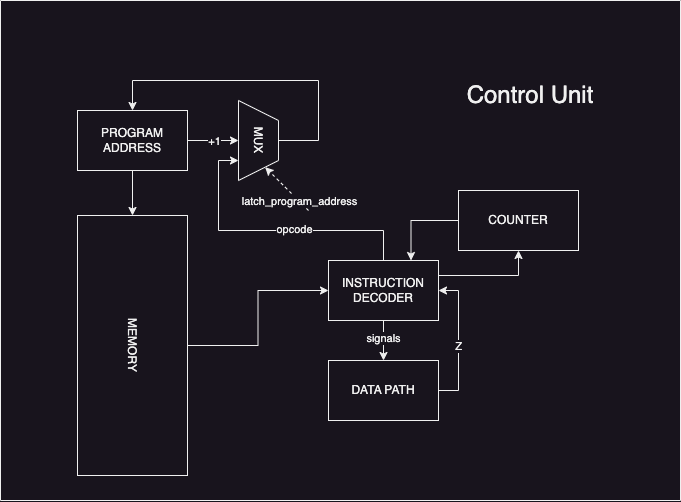
This is report/ac_cu.png from dudosyka/supreme-waffle, a draw.io export, as it was before one commit. Source tidied: cells renumbered, new cells last; positions are measured from the earlier drawing's top-left corner, leaving out a move shared by most shapes. Source of this version:
```xml
<mxGraphModel>
  <root>
    <mxCell id="0" />
    <mxCell id="1" parent="0" />
    <mxCell id="2" style="edgeStyle=orthogonalEdgeStyle;rounded=0;jettySize=auto;html=1;entryX=0;entryY=0.5;entryDx=0;entryDy=0;" parent="1" edge="1" source="3" target="15">
      <mxGeometry relative="1" as="geometry" />
    </mxCell>
    <mxCell id="3" value="MEMORY" style="rounded=0;whiteSpace=wrap;html=1;rotation=90;" parent="1" vertex="1">
      <mxGeometry x="2" y="290" width="260" height="110" as="geometry" />
    </mxCell>
    <mxCell id="4" style="edgeStyle=orthogonalEdgeStyle;rounded=0;jettySize=auto;html=1;entryX=0;entryY=0.5;entryDx=0;entryDy=0;" parent="1" edge="1" source="7" target="3">
      <mxGeometry relative="1" as="geometry" />
    </mxCell>
    <mxCell id="5" style="edgeStyle=orthogonalEdgeStyle;rounded=0;jettySize=auto;html=1;" parent="1" edge="1" source="7">
      <mxGeometry relative="1" as="geometry">
        <mxPoint x="238" y="140" as="targetPoint" />
      </mxGeometry>
    </mxCell>
    <mxCell id="6" value="+1" style="edgeLabel;html=1;align=center;verticalAlign=middle;" parent="5" vertex="1">
      <mxGeometry x="0.05" relative="1" as="geometry" />
    </mxCell>
    <mxCell id="7" value="PROGRAM ADDRESS" style="rounded=0;whiteSpace=wrap;html=1;" parent="1" vertex="1">
      <mxGeometry x="77" y="110" width="110" height="60" as="geometry" />
    </mxCell>
    <mxCell id="8" style="edgeStyle=orthogonalEdgeStyle;rounded=0;jettySize=auto;html=1;entryX=0.5;entryY=0;entryDx=0;entryDy=0;" parent="1" edge="1" source="9" target="7">
      <mxGeometry relative="1" as="geometry">
        <Array as="points">
          <mxPoint x="318" y="140" />
          <mxPoint x="318" y="80" />
          <mxPoint x="132" y="80" />
        </Array>
      </mxGeometry>
    </mxCell>
    <mxCell id="9" value="MUX" style="shape=trapezoid;perimeter=trapezoidPerimeter;whiteSpace=wrap;html=1;fixedSize=1;rotation=90;" parent="1" vertex="1">
      <mxGeometry x="218" y="120" width="80" height="40" as="geometry" />
    </mxCell>
    <mxCell id="10" style="edgeStyle=orthogonalEdgeStyle;rounded=0;jettySize=auto;html=1;entryX=0.75;entryY=1;entryDx=0;entryDy=0;" parent="1" edge="1" source="15" target="9">
      <mxGeometry relative="1" as="geometry">
        <Array as="points">
          <mxPoint x="383" y="230" />
          <mxPoint x="218" y="230" />
          <mxPoint x="218" y="160" />
        </Array>
      </mxGeometry>
    </mxCell>
    <mxCell id="11" value="opcode" style="edgeLabel;html=1;align=center;verticalAlign=middle;" parent="10" vertex="1">
      <mxGeometry x="-0.16" y="-1" relative="1" as="geometry" />
    </mxCell>
    <mxCell id="12" style="edgeStyle=orthogonalEdgeStyle;rounded=0;jettySize=auto;html=1;entryX=0.5;entryY=0;entryDx=0;entryDy=0;" parent="1" edge="1" source="15" target="20">
      <mxGeometry relative="1" as="geometry" />
    </mxCell>
    <mxCell id="13" value="signals" style="edgeLabel;html=1;align=center;verticalAlign=middle;" parent="12" vertex="1">
      <mxGeometry x="-0.01" y="1" relative="1" as="geometry">
        <mxPoint x="-1" y="-2" as="offset" />
      </mxGeometry>
    </mxCell>
    <mxCell id="14" style="edgeStyle=orthogonalEdgeStyle;rounded=0;jettySize=auto;html=1;exitX=1;exitY=0.25;exitDx=0;exitDy=0;entryX=0.5;entryY=1;entryDx=0;entryDy=0;" parent="1" edge="1" source="15" target="22">
      <mxGeometry relative="1" as="geometry" />
    </mxCell>
    <mxCell id="15" value="INSTRUCTION&lt;br&gt;DECODER" style="rounded=0;whiteSpace=wrap;html=1;" parent="1" vertex="1">
      <mxGeometry x="328" y="260" width="110" height="60" as="geometry" />
    </mxCell>
    <mxCell id="16" style="endArrow=classic;dashed=1;html=1;rounded=0;entryX=1;entryY=0.25;entryDx=0;entryDy=0;endFill=1;" parent="1" edge="1" target="9">
      <mxGeometry relative="1" as="geometry">
        <mxPoint x="308" y="210" as="sourcePoint" />
      </mxGeometry>
    </mxCell>
    <mxCell id="17" value="latch_program_address" style="edgeLabel;html=1;align=center;verticalAlign=middle;" parent="16" vertex="1">
      <mxGeometry x="-0.2" y="1" relative="1" as="geometry">
        <mxPoint x="8" y="7" as="offset" />
      </mxGeometry>
    </mxCell>
    <mxCell id="18" style="edgeStyle=orthogonalEdgeStyle;rounded=0;jettySize=auto;html=1;entryX=1;entryY=0.5;entryDx=0;entryDy=0;" parent="1" edge="1" source="20" target="15">
      <mxGeometry relative="1" as="geometry">
        <Array as="points">
          <mxPoint x="458" y="390" />
          <mxPoint x="458" y="290" />
        </Array>
      </mxGeometry>
    </mxCell>
    <mxCell id="19" value="Z" style="edgeLabel;html=1;align=center;verticalAlign=middle;" parent="18" vertex="1">
      <mxGeometry x="-0.2" y="1" relative="1" as="geometry">
        <mxPoint x="1" y="-9" as="offset" />
      </mxGeometry>
    </mxCell>
    <mxCell id="20" value="DATA PATH" style="rounded=0;whiteSpace=wrap;html=1;" parent="1" vertex="1">
      <mxGeometry x="328" y="360" width="110" height="60" as="geometry" />
    </mxCell>
    <mxCell id="21" style="edgeStyle=orthogonalEdgeStyle;rounded=0;jettySize=auto;html=1;entryX=0.75;entryY=0;entryDx=0;entryDy=0;" parent="1" edge="1" source="22" target="15">
      <mxGeometry relative="1" as="geometry" />
    </mxCell>
    <mxCell id="22" value="COUNTER" style="rounded=0;whiteSpace=wrap;html=1;" parent="1" vertex="1">
      <mxGeometry x="458" y="190" width="120" height="60" as="geometry" />
    </mxCell>
    <mxCell id="23" style="swimlane;startSize=0;" parent="1" vertex="1">
      <mxGeometry width="680" height="500" as="geometry" />
    </mxCell>
    <mxCell id="24" value="Control Unit" style="text;html=1;align=center;verticalAlign=middle;whiteSpace=wrap;rounded=0;strokeWidth=1;fontSize=24;" parent="23" vertex="1">
      <mxGeometry x="455" y="80" width="150" height="30" as="geometry" />
    </mxCell>
  </root>
</mxGraphModel>
```
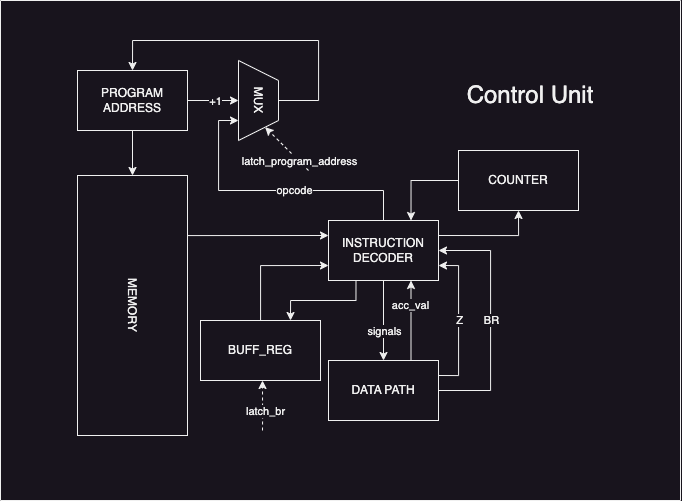
After the commit.

What changed in the source:
```diff
@@ -2,8 +2,12 @@
   <root>
     <mxCell id="0" />
     <mxCell id="1" parent="0" />
-    <mxCell id="2" style="edgeStyle=orthogonalEdgeStyle;rounded=0;jettySize=auto;html=1;entryX=0;entryY=0.5;entryDx=0;entryDy=0;" parent="1" edge="1" source="3" target="15">
-      <mxGeometry relative="1" as="geometry" />
+    <mxCell id="2" style="edgeStyle=orthogonalEdgeStyle;rounded=0;jettySize=auto;html=1;exitX=0.25;exitY=0;exitDx=0;exitDy=0;entryX=0;entryY=0.25;entryDx=0;entryDy=0;" parent="1" edge="1" source="3" target="16">
+      <mxGeometry relative="1" as="geometry">
+        <Array as="points">
+          <mxPoint x="187" y="275" />
+        </Array>
+      </mxGeometry>
     </mxCell>
     <mxCell id="3" value="MEMORY" style="rounded=0;whiteSpace=wrap;html=1;rotation=90;" parent="1" vertex="1">
       <mxGeometry x="2" y="290" width="260" height="110" as="geometry" />
@@ -34,7 +38,7 @@
     <mxCell id="9" value="MUX" style="shape=trapezoid;perimeter=trapezoidPerimeter;whiteSpace=wrap;html=1;fixedSize=1;rotation=90;" parent="1" vertex="1">
       <mxGeometry x="218" y="120" width="80" height="40" as="geometry" />
     </mxCell>
-    <mxCell id="10" style="edgeStyle=orthogonalEdgeStyle;rounded=0;jettySize=auto;html=1;entryX=0.75;entryY=1;entryDx=0;entryDy=0;" parent="1" edge="1" source="15" target="9">
+    <mxCell id="10" style="edgeStyle=orthogonalEdgeStyle;rounded=0;jettySize=auto;html=1;entryX=0.75;entryY=1;entryDx=0;entryDy=0;" parent="1" edge="1" source="16" target="9">
       <mxGeometry relative="1" as="geometry">
         <Array as="points">
           <mxPoint x="383" y="230" />
@@ -46,57 +50,101 @@
     <mxCell id="11" value="opcode" style="edgeLabel;html=1;align=center;verticalAlign=middle;" parent="10" vertex="1">
       <mxGeometry x="-0.16" y="-1" relative="1" as="geometry" />
     </mxCell>
-    <mxCell id="12" style="edgeStyle=orthogonalEdgeStyle;rounded=0;jettySize=auto;html=1;entryX=0.5;entryY=0;entryDx=0;entryDy=0;" parent="1" edge="1" source="15" target="20">
+    <mxCell id="12" style="edgeStyle=orthogonalEdgeStyle;rounded=0;jettySize=auto;html=1;entryX=0.5;entryY=0;entryDx=0;entryDy=0;" parent="1" edge="1" source="16" target="28">
       <mxGeometry relative="1" as="geometry" />
     </mxCell>
     <mxCell id="13" value="signals" style="edgeLabel;html=1;align=center;verticalAlign=middle;" parent="12" vertex="1">
       <mxGeometry x="-0.01" y="1" relative="1" as="geometry">
-        <mxPoint x="-1" y="-2" as="offset" />
+        <mxPoint x="-1" y="10" as="offset" />
       </mxGeometry>
     </mxCell>
-    <mxCell id="14" style="edgeStyle=orthogonalEdgeStyle;rounded=0;jettySize=auto;html=1;exitX=1;exitY=0.25;exitDx=0;exitDy=0;entryX=0.5;entryY=1;entryDx=0;entryDy=0;" parent="1" edge="1" source="15" target="22">
+    <mxCell id="14" style="edgeStyle=orthogonalEdgeStyle;rounded=0;jettySize=auto;html=1;exitX=1;exitY=0.25;exitDx=0;exitDy=0;entryX=0.5;entryY=1;entryDx=0;entryDy=0;" parent="1" edge="1" source="16" target="22">
       <mxGeometry relative="1" as="geometry" />
     </mxCell>
-    <mxCell id="15" value="INSTRUCTION&lt;br&gt;DECODER" style="rounded=0;whiteSpace=wrap;html=1;" parent="1" vertex="1">
-      <mxGeometry x="328" y="260" width="110" height="60" as="geometry" />
+    <mxCell id="15" style="edgeStyle=orthogonalEdgeStyle;rounded=0;jettySize=auto;html=1;exitX=0.25;exitY=1;exitDx=0;exitDy=0;entryX=0.75;entryY=0;entryDx=0;entryDy=0;" parent="1" edge="1" source="16" target="25">
+      <mxGeometry relative="1" as="geometry" />
     </mxCell>
-    <mxCell id="16" style="endArrow=classic;dashed=1;html=1;rounded=0;entryX=1;entryY=0.25;entryDx=0;entryDy=0;endFill=1;" parent="1" edge="1" target="9">
-      <mxGeometry relative="1" as="geometry">
-        <mxPoint x="308" y="210" as="sourcePoint" />
-      </mxGeometry>
+    <mxCell id="16" value="INSTRUCTION&lt;br&gt;DECODER" style="rounded=0;whiteSpace=wrap;html=1;" parent="1" vertex="1">
+      <mxGeometry x="328" y="260" width="110" height="60" as="geometry" />
     </mxCell>
-    <mxCell id="17" value="latch_program_address" style="edgeLabel;html=1;align=center;verticalAlign=middle;" parent="16" vertex="1">
-      <mxGeometry x="-0.2" y="1" relative="1" as="geometry">
-        <mxPoint x="8" y="7" as="offset" />
+    <mxCell id="17" style="endArrow=classic;dashed=1;html=1;rounded=0;entryX=1;entryY=0.25;entryDx=0;entryDy=0;endFill=1;" parent="1" edge="1" target="9">
+      <mxGeometry relative="1" as="geometry">
+        <mxPoint x="308" y="210" as="sourcePoint" />
       </mxGeometry>
     </mxCell>
-    <mxCell id="18" style="edgeStyle=orthogonalEdgeStyle;rounded=0;jettySize=auto;html=1;entryX=1;entryY=0.5;entryDx=0;entryDy=0;" parent="1" edge="1" source="20" target="15">
-      <mxGeometry relative="1" as="geometry">
-        <Array as="points">
-          <mxPoint x="458" y="390" />
-          <mxPoint x="458" y="290" />
-        </Array>
+    <mxCell id="18" value="latch_program_address" style="edgeLabel;html=1;align=center;verticalAlign=middle;" parent="17" vertex="1">
+      <mxGeometry x="-0.2" y="1" relative="1" as="geometry">
+        <mxPoint x="8" y="7" as="offset" />
       </mxGeometry>
     </mxCell>
-    <mxCell id="19" value="Z" style="edgeLabel;html=1;align=center;verticalAlign=middle;" parent="18" vertex="1">
-      <mxGeometry x="-0.2" y="1" relative="1" as="geometry">
-        <mxPoint x="1" y="-9" as="offset" />
-      </mxGeometry>
+    <mxCell id="19" style="edgeStyle=orthogonalEdgeStyle;rounded=0;jettySize=auto;html=1;exitX=0.75;exitY=0;exitDx=0;exitDy=0;entryX=0.75;entryY=1;entryDx=0;entryDy=0;" parent="1" edge="1" source="28" target="16">
+      <mxGeometry relative="1" as="geometry" />
     </mxCell>
-    <mxCell id="20" value="DATA PATH" style="rounded=0;whiteSpace=wrap;html=1;" parent="1" vertex="1">
-      <mxGeometry x="328" y="360" width="110" height="60" as="geometry" />
+    <mxCell id="20" value="acc_val" style="edgeLabel;html=1;align=center;verticalAlign=middle;points=[];" parent="19" vertex="1">
+      <mxGeometry x="-0.2" y="1" relative="1" as="geometry">
+        <mxPoint y="-23" as="offset" />
+      </mxGeometry>
     </mxCell>
-    <mxCell id="21" style="edgeStyle=orthogonalEdgeStyle;rounded=0;jettySize=auto;html=1;entryX=0.75;entryY=0;entryDx=0;entryDy=0;" parent="1" edge="1" source="22" target="15">
+    <mxCell id="21" style="edgeStyle=orthogonalEdgeStyle;rounded=0;jettySize=auto;html=1;entryX=0.75;entryY=0;entryDx=0;entryDy=0;" parent="1" edge="1" source="22" target="16">
       <mxGeometry relative="1" as="geometry" />
     </mxCell>
     <mxCell id="22" value="COUNTER" style="rounded=0;whiteSpace=wrap;html=1;" parent="1" vertex="1">
       <mxGeometry x="458" y="190" width="120" height="60" as="geometry" />
     </mxCell>
     <mxCell id="23" style="swimlane;startSize=0;" parent="1" vertex="1">
-      <mxGeometry width="680" height="500" as="geometry" />
+      <mxGeometry y="40" width="680" height="500" as="geometry" />
     </mxCell>
     <mxCell id="24" value="Control Unit" style="text;html=1;align=center;verticalAlign=middle;whiteSpace=wrap;rounded=0;strokeWidth=1;fontSize=24;" parent="23" vertex="1">
       <mxGeometry x="455" y="80" width="150" height="30" as="geometry" />
     </mxCell>
+    <mxCell id="25" value="BUFF_REG" style="rounded=0;whiteSpace=wrap;html=1;rotation=0;" parent="23" vertex="1">
+      <mxGeometry x="200" y="320" width="120" height="60" as="geometry" />
+    </mxCell>
+    <mxCell id="26" style="edgeStyle=orthogonalEdgeStyle;rounded=0;orthogonalLoop=1;jettySize=auto;html=1;dashed=1;" parent="23" edge="1">
+      <mxGeometry relative="1" as="geometry">
+        <mxPoint x="262" y="430" as="sourcePoint" />
+        <mxPoint x="262" y="380" as="targetPoint" />
+        <Array as="points">
+          <mxPoint x="262" y="420" />
+          <mxPoint x="262" y="420" />
+        </Array>
+      </mxGeometry>
+    </mxCell>
+    <mxCell id="27" value="latch_br" style="edgeLabel;html=1;align=center;verticalAlign=middle;" parent="26" vertex="1">
+      <mxGeometry x="-0.06" y="-3" relative="1" as="geometry">
+        <mxPoint x="-1" y="3" as="offset" />
+      </mxGeometry>
+    </mxCell>
+    <mxCell id="28" value="DATA PATH" style="rounded=0;whiteSpace=wrap;html=1;" parent="23" vertex="1">
+      <mxGeometry x="328" y="360" width="110" height="60" as="geometry" />
+    </mxCell>
+    <mxCell id="29" style="edgeStyle=orthogonalEdgeStyle;rounded=0;jettySize=auto;html=1;entryX=0;entryY=0.75;entryDx=0;entryDy=0;" parent="1" edge="1" source="25" target="16">
+      <mxGeometry relative="1" as="geometry">
+        <Array as="points">
+          <mxPoint x="260" y="305" />
+        </Array>
+      </mxGeometry>
+    </mxCell>
+    <mxCell id="30" style="edgeStyle=orthogonalEdgeStyle;rounded=0;jettySize=auto;html=1;entryX=1;entryY=0.5;entryDx=0;entryDy=0;" parent="1" edge="1" source="28" target="16">
+      <mxGeometry relative="1" as="geometry">
+        <Array as="points">
+          <mxPoint x="490" y="430" />
+          <mxPoint x="490" y="290" />
+        </Array>
+      </mxGeometry>
+    </mxCell>
+    <mxCell id="31" value="BR" style="edgeLabel;html=1;align=center;verticalAlign=middle;" parent="30" vertex="1">
+      <mxGeometry x="0.04" y="-1" relative="1" as="geometry">
+        <mxPoint x="-1" y="5" as="offset" />
+      </mxGeometry>
+    </mxCell>
+    <mxCell id="32" style="edgeStyle=orthogonalEdgeStyle;rounded=0;jettySize=auto;html=1;exitX=1;exitY=0.25;exitDx=0;exitDy=0;entryX=1;entryY=0.75;entryDx=0;entryDy=0;" parent="1" edge="1" source="28" target="16">
+      <mxGeometry relative="1" as="geometry" />
+    </mxCell>
+    <mxCell id="33" value="Z" style="edgeLabel;html=1;align=center;verticalAlign=middle;" parent="32" vertex="1">
+      <mxGeometry x="0.12" y="1" relative="1" as="geometry">
+        <mxPoint x="1" y="9" as="offset" />
+      </mxGeometry>
+    </mxCell>
   </root>
 </mxGraphModel>
```
